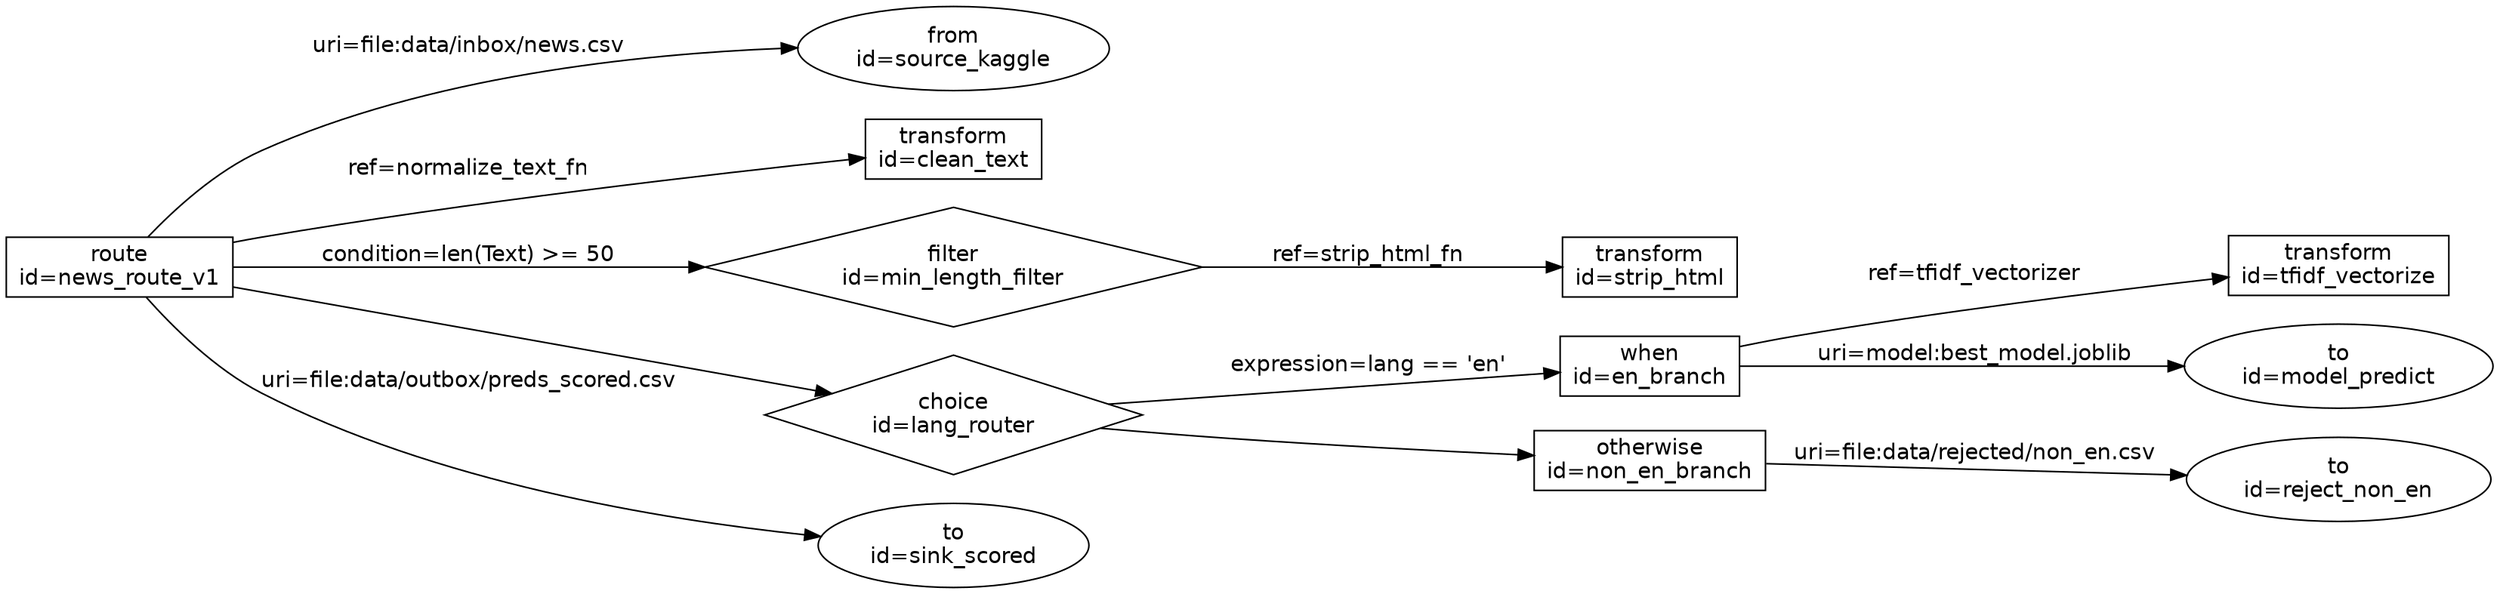
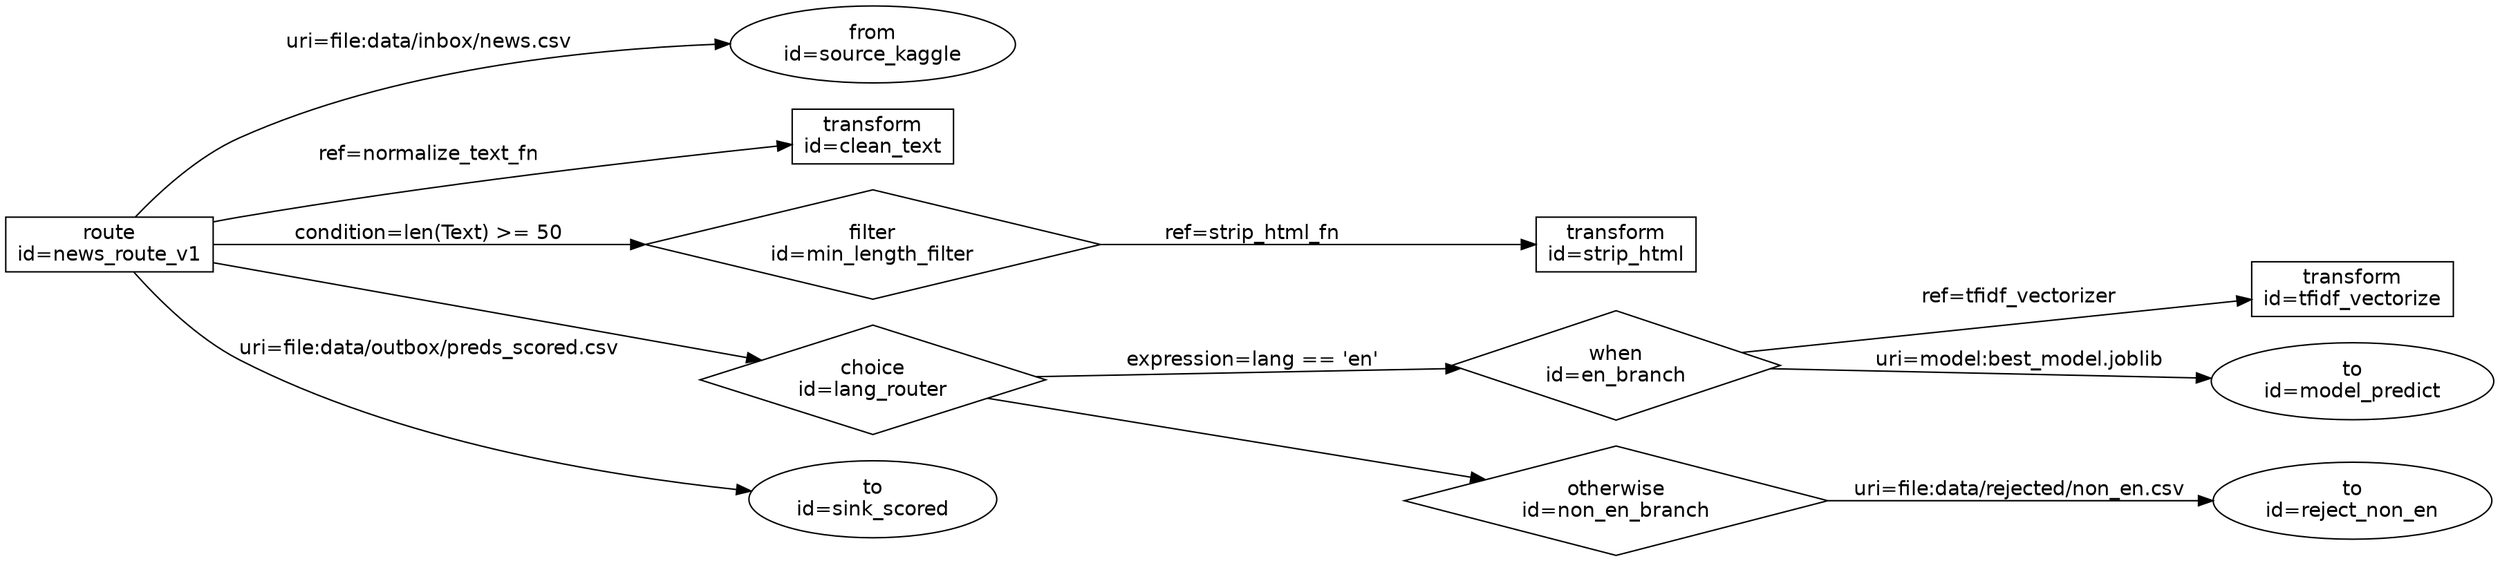
digraph EIP {
  rankdir=LR;
  splines=true;
  node [fontname=Helvetica];
  edge [fontname=Helvetica];
  n1 [label="route\nid=news_route_v1", shape=box];
  n2 [label="from\nid=source_kaggle", shape=oval];
  n3 [label="transform\nid=clean_text", shape=box];
  n4 [label="filter\nid=min_length_filter", shape=diamond];
  n5 [label="transform\nid=strip_html", shape=box];
  n6 [label="choice\nid=lang_router", shape=diamond];
-   n7 [label="when\nid=en_branch", shape=box];
+   n7 [label="when\nid=en_branch", shape=diamond];
  n8 [label="transform\nid=tfidf_vectorize", shape=box];
  n9 [label="to\nid=model_predict", shape=oval];
-   n10 [label="otherwise\nid=non_en_branch", shape=box];
+   n10 [label="otherwise\nid=non_en_branch", shape=diamond];
  n11 [label="to\nid=reject_non_en", shape=oval];
  n12 [label="to\nid=sink_scored", shape=oval];
  n1 -> n2 [label="uri=file:data/inbox/news.csv"];
  n1 -> n3 [label="ref=normalize_text_fn"];
  n1 -> n4 [label="condition=len(Text) >= 50"];
  n4 -> n5 [label="ref=strip_html_fn"];
  n1 -> n6;
  n6 -> n7 [label="expression=lang == 'en'"];
  n7 -> n8 [label="ref=tfidf_vectorizer"];
  n7 -> n9 [label="uri=model:best_model.joblib"];
  n6 -> n10;
  n10 -> n11 [label="uri=file:data/rejected/non_en.csv"];
  n1 -> n12 [label="uri=file:data/outbox/preds_scored.csv"];
}